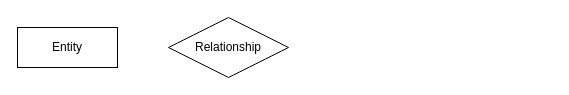
Earlier version of the draw.io diagram 제목 없는 다이어그램.drawio (blendy9702/til-dbms). Source tidied: cells renumbered, new cells numbered last; positions are measured from the earlier drawing's top-left corner, leaving out a move shared by most shapes. Both pictures are drawn from the tidied source at 100%, with x=0, y=0 at pixel (17, 17).
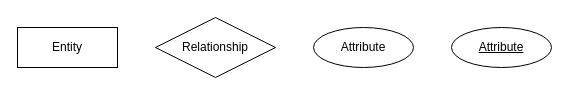
The same diagram, later.

Commit message (it also covers changes not shown here):
제목 없는 다이어그램.drawio 업데이트

What changed in the source:
```diff
@@
 <mxGraphModel>
   <root>
     <mxCell id="0" />
     <mxCell id="1" parent="0" />
     <mxCell id="2" value="Entity" style="whiteSpace=wrap;html=1;align=center;" parent="1" vertex="1">
       <mxGeometry y="10" width="100" height="40" as="geometry" />
     </mxCell>
     <mxCell id="3" value="Relationship" style="shape=rhombus;perimeter=rhombusPerimeter;whiteSpace=wrap;html=1;align=center;" parent="1" vertex="1">
-      <mxGeometry x="151" width="120" height="60" as="geometry" />
+      <mxGeometry x="138" width="120" height="60" as="geometry" />
     </mxCell>
+    <mxCell id="4" value="Attribute" style="ellipse;whiteSpace=wrap;html=1;align=center;" parent="1" vertex="1">
+      <mxGeometry x="296" y="10" width="100" height="40" as="geometry" />
+    </mxCell>
+    <mxCell id="5" value="Attribute" style="ellipse;whiteSpace=wrap;html=1;align=center;fontStyle=4;" parent="1" vertex="1">
+      <mxGeometry x="434" y="10" width="100" height="40" as="geometry" />
+    </mxCell>
   </root>
 </mxGraphModel>
```
